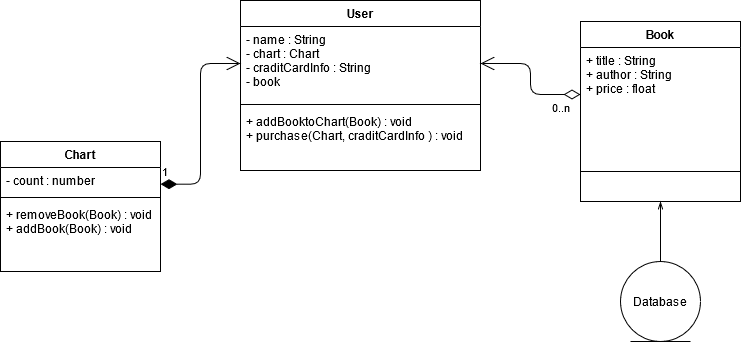
Before: Bookstore.png, a diagram exported from draw.io (Poomipat-Ch/SoftArchDesign). Source tidied: cells renumbered, new cells last; positions are measured from the earlier drawing's top-left corner, leaving out a move shared by most shapes.
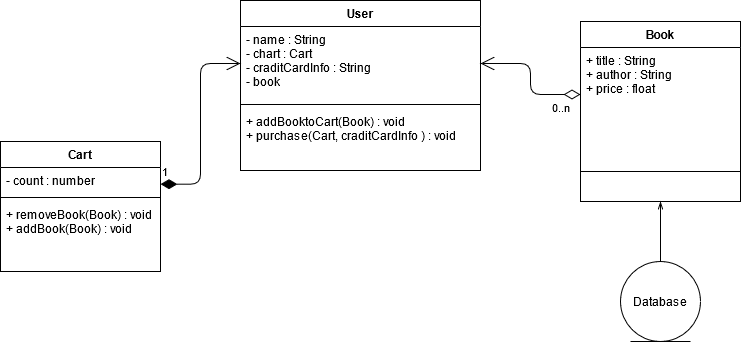
The same diagram one commit later.

The edit, as a diff of the source:
```diff
@@ -5,13 +5,13 @@
     <mxCell id="2" value="User" style="swimlane;fontStyle=1;align=center;verticalAlign=top;horizontal=1;startSize=26;" parent="1" vertex="1">
       <mxGeometry x="240" width="240" height="170" as="geometry" />
     </mxCell>
-    <mxCell id="3" value="- name : String&#10;- chart : Chart&#10;- craditCardInfo : String&#10;- book&#10;&#10;" style="text;strokeColor=none;fillColor=none;align=left;verticalAlign=top;spacingLeft=4;spacingRight=4;overflow=hidden;points=[[0,0.5],[1,0.5]];portConstraint=eastwest;" parent="2" vertex="1">
+    <mxCell id="3" value="- name : String&#10;- chart : Cart&#10;- craditCardInfo : String&#10;- book&#10;&#10;" style="text;strokeColor=none;fillColor=none;align=left;verticalAlign=top;spacingLeft=4;spacingRight=4;overflow=hidden;points=[[0,0.5],[1,0.5]];portConstraint=eastwest;" parent="2" vertex="1">
       <mxGeometry y="26" width="240" height="74" as="geometry" />
     </mxCell>
     <mxCell id="4" style="line;strokeWidth=1;fillColor=none;align=left;verticalAlign=middle;spacingTop=-1;spacingLeft=3;spacingRight=3;labelPosition=right;" parent="2" vertex="1">
       <mxGeometry y="100" width="240" height="8" as="geometry" />
     </mxCell>
-    <mxCell id="5" value="+ addBooktoChart(Book) : void&#10;+ purchase(Chart, craditCardInfo ) : void" style="text;strokeColor=none;fillColor=none;align=left;verticalAlign=top;spacingLeft=4;spacingRight=4;overflow=hidden;" parent="2" vertex="1">
+    <mxCell id="5" value="+ addBooktoCart(Book) : void&#10;+ purchase(Cart, craditCardInfo ) : void" style="text;strokeColor=none;fillColor=none;align=left;verticalAlign=top;spacingLeft=4;spacingRight=4;overflow=hidden;" parent="2" vertex="1">
       <mxGeometry y="108" width="240" height="62" as="geometry" />
     </mxCell>
     <mxCell id="6" value="Book" style="swimlane;fontStyle=1;align=center;verticalAlign=top;horizontal=1;startSize=26;" parent="1" vertex="1">
@@ -23,7 +23,7 @@
     <mxCell id="8" style="line;strokeWidth=1;fillColor=none;align=left;verticalAlign=middle;spacingTop=-1;spacingLeft=3;spacingRight=3;labelPosition=right;" parent="6" vertex="1">
       <mxGeometry y="120" width="160" height="60" as="geometry" />
     </mxCell>
-    <mxCell id="9" value="Chart" style="swimlane;fontStyle=1;align=center;verticalAlign=top;horizontal=1;startSize=26;" parent="1" vertex="1">
+    <mxCell id="9" value="Cart" style="swimlane;fontStyle=1;align=center;verticalAlign=top;horizontal=1;startSize=26;" parent="1" vertex="1">
       <mxGeometry y="141" width="160" height="130" as="geometry" />
     </mxCell>
     <mxCell id="10" value="- count : number" style="text;strokeColor=none;fillColor=none;align=left;verticalAlign=top;spacingLeft=4;spacingRight=4;overflow=hidden;" parent="9" vertex="1">
```
